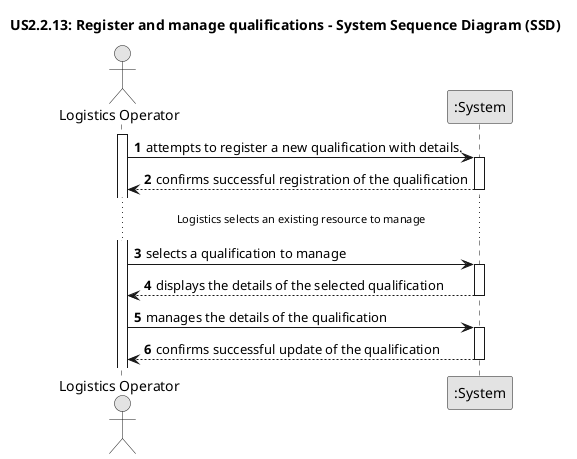
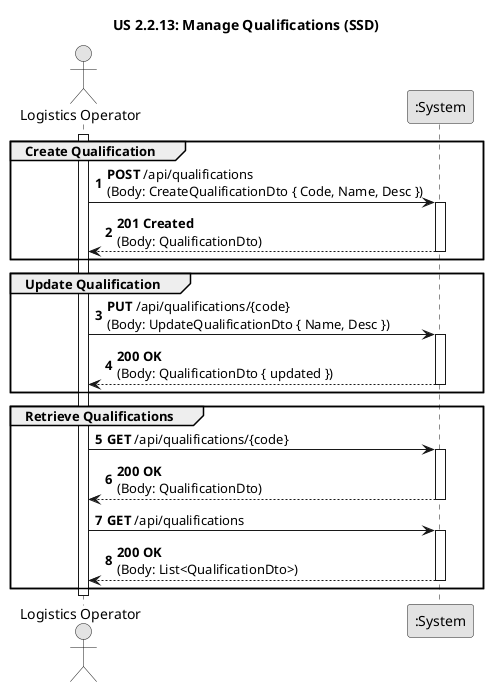
@startuml
- ' Use template styling (assuming monochrome, etc.)
+ ' US 2.2.13 - System Sequence Diagram (SSD)
skinparam monochrome true
skinparam packageStyle rectangle
skinparam shadowing false

- title US2.2.13: Register and manage qualifications - System Sequence Diagram (SSD)
+ title US 2.2.13: Manage Qualifications (SSD)

autonumber
- actor "Logistics Operator" as Logistics
+ actor "Logistics Operator" as Operator
participant ":System" as System

- Activate Logistics
- '--- Register Scenario ---
- Logistics -> System : attempts to register a new qualification with details.
- activate System
- System --> Logistics : confirms successful registration of the qualification
- deactivate System
+ activate Operator

- '--- Manage Scenario ---~
- ... Logistics selects an existing resource to manage ...
- Logistics -> System : selects a qualification to manage
- activate System
- System --> Logistics : displays the details of the selected qualification
- deactivate System
- Logistics -> System : manages the details of the qualification
- activate System
- System --> Logistics : confirms successful update of the qualification
- deactivate System
+ group Create Qualification
+     Operator -> System : **POST** /api/qualifications\n(Body: CreateQualificationDto { Code, Name, Desc })
+     activate System
+     System --> Operator : **201 Created**\n(Body: QualificationDto)
+     deactivate System
+ end
+ 
+ group Update Qualification
+     Operator -> System : **PUT** /api/qualifications/{code}\n(Body: UpdateQualificationDto { Name, Desc })
+     activate System
+     System --> Operator : **200 OK**\n(Body: QualificationDto { updated })
+     deactivate System
+ end
+ 
+ group Retrieve Qualifications
+     Operator -> System : **GET** /api/qualifications/{code}
+     activate System
+     System --> Operator : **200 OK**\n(Body: QualificationDto)
+     deactivate System
+ 
+     Operator -> System : **GET** /api/qualifications
+     activate System
+     System --> Operator : **200 OK**\n(Body: List<QualificationDto>)
+     deactivate System
+ end
+ 
+ 
+ deactivate Operator
+ 
@enduml